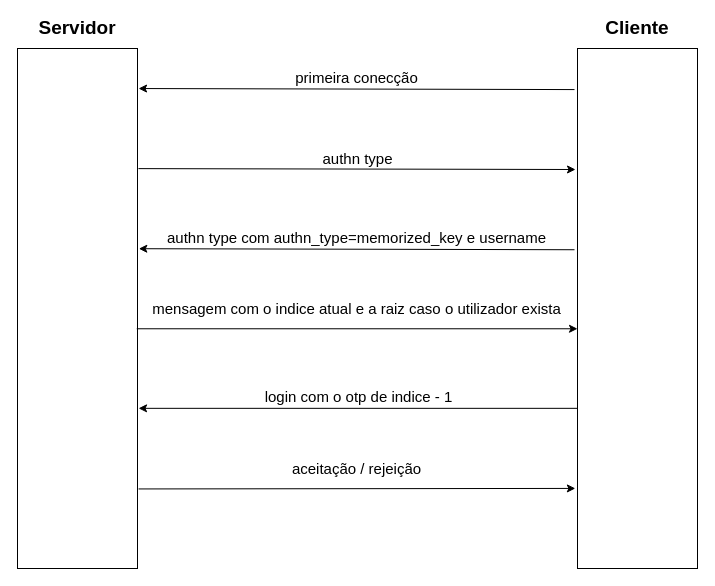
Before: schemas/challenge.drawio in oEscal/sio_project_3, a draw.io diagram. Source tidied: cells renumbered, new cells numbered last; positions are measured from the earlier drawing's top-left corner, leaving out a move shared by most shapes. Both pictures are drawn from the tidied source at 100%, with x=0, y=0 at pixel (17, 18).
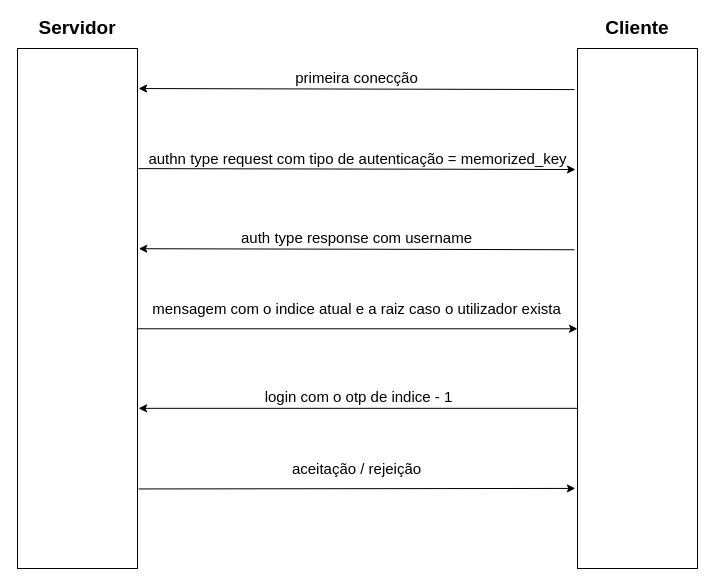
Above is the later version.

The edit, as a diff of the source:
```diff
@@
 <mxGraphModel>
   <root>
     <mxCell id="0" />
     <mxCell id="1" parent="0" />
     <mxCell id="2" style="rounded=0;whiteSpace=wrap;html=1;" parent="1" vertex="1">
       <mxGeometry y="30" width="120" height="520" as="geometry" />
     </mxCell>
     <mxCell id="3" style="rounded=0;whiteSpace=wrap;html=1;" parent="1" vertex="1">
       <mxGeometry x="560" y="30" width="120" height="520" as="geometry" />
     </mxCell>
     <mxCell id="4" value="&lt;font style=&quot;font-size: 19px&quot;&gt;&lt;b&gt;Servidor&lt;/b&gt;&lt;/font&gt;" style="text;html=1;strokeColor=none;fillColor=none;align=center;verticalAlign=middle;whiteSpace=wrap;rounded=0;" parent="1" vertex="1">
       <mxGeometry x="20" width="80" height="20" as="geometry" />
     </mxCell>
     <mxCell id="5" value="&lt;b&gt;&lt;font style=&quot;font-size: 19px&quot;&gt;Cliente&lt;/font&gt;&lt;/b&gt;" style="text;html=1;strokeColor=none;fillColor=none;align=center;verticalAlign=middle;whiteSpace=wrap;rounded=0;" parent="1" vertex="1">
       <mxGeometry x="585" width="70" height="20" as="geometry" />
     </mxCell>
     <mxCell id="6" value="&lt;span style=&quot;font-size: 15px&quot;&gt;primeira conecção&lt;/span&gt;" style="endArrow=classic;html=1;exitX=-0.025;exitY=0.079;exitDx=0;exitDy=0;exitPerimeter=0;entryX=1.009;entryY=0.077;entryDx=0;entryDy=0;entryPerimeter=0;" parent="1" edge="1" source="3" target="2">
       <mxGeometry y="-12" relative="1" as="geometry" />
     </mxCell>
-    <mxCell id="7" value="&lt;span style=&quot;font-size: 15px&quot;&gt;authn type&lt;/span&gt;" style="endArrow=classic;html=1;exitX=1.008;exitY=0.231;exitDx=0;exitDy=0;exitPerimeter=0;" parent="1" edge="1" source="2">
+    <mxCell id="7" value="&lt;span style=&quot;font-size: 15px&quot;&gt;authn type request com tipo de autenticação =&amp;nbsp;&lt;/span&gt;&lt;span style=&quot;font-size: 15px&quot;&gt;memorized_key&lt;/span&gt;" style="endArrow=classic;html=1;exitX=1.008;exitY=0.231;exitDx=0;exitDy=0;exitPerimeter=0;" parent="1" edge="1" source="2">
       <mxGeometry y="11" relative="1" as="geometry">
         <mxPoint x="558" y="151" as="targetPoint" />
       </mxGeometry>
     </mxCell>
-    <mxCell id="8" value="&lt;span style=&quot;font-size: 15px&quot;&gt;authn type com authn_type=memorized_key e username&lt;/span&gt;" style="endArrow=classic;html=1;exitX=-0.025;exitY=0.387;exitDx=0;exitDy=0;exitPerimeter=0;entryX=1.011;entryY=0.385;entryDx=0;entryDy=0;entryPerimeter=0;" parent="1" edge="1" source="3" target="2">
+    <mxCell id="8" value="&lt;span style=&quot;font-size: 15px&quot;&gt;auth type response com username&lt;/span&gt;" style="endArrow=classic;html=1;exitX=-0.025;exitY=0.387;exitDx=0;exitDy=0;exitPerimeter=0;entryX=1.011;entryY=0.385;entryDx=0;entryDy=0;entryPerimeter=0;" parent="1" edge="1" source="3" target="2">
       <mxGeometry y="-12" relative="1" as="geometry" />
     </mxCell>
     <mxCell id="9" value="&lt;span style=&quot;font-size: 15px&quot;&gt;mensagem com o indice atual e a raiz caso o utilizador exista&lt;/span&gt;" style="endArrow=classic;html=1;exitX=0.994;exitY=0.539;exitDx=0;exitDy=0;exitPerimeter=0;entryX=0;entryY=0.539;entryDx=0;entryDy=0;entryPerimeter=0;" parent="1" edge="1" source="2" target="3">
       <mxGeometry y="20" relative="1" as="geometry" />
     </mxCell>
     <mxCell id="10" value="&lt;span style=&quot;font-size: 15px&quot;&gt;login com o otp de indice - 1&lt;/span&gt;" style="endArrow=classic;html=1;entryX=1.009;entryY=0.692;entryDx=0;entryDy=0;entryPerimeter=0;exitX=0;exitY=0.692;exitDx=0;exitDy=0;exitPerimeter=0;" parent="1" edge="1" source="3" target="2">
       <mxGeometry y="-12" relative="1" as="geometry" />
     </mxCell>
     <mxCell id="11" value="&lt;span style=&quot;font-size: 15px&quot;&gt;aceitação / rejeição&lt;/span&gt;" style="endArrow=classic;html=1;entryX=-0.018;entryY=0.846;entryDx=0;entryDy=0;entryPerimeter=0;exitX=1.009;exitY=0.847;exitDx=0;exitDy=0;exitPerimeter=0;" parent="1" edge="1" source="2" target="3">
       <mxGeometry y="20" relative="1" as="geometry" />
     </mxCell>
   </root>
 </mxGraphModel>
```
